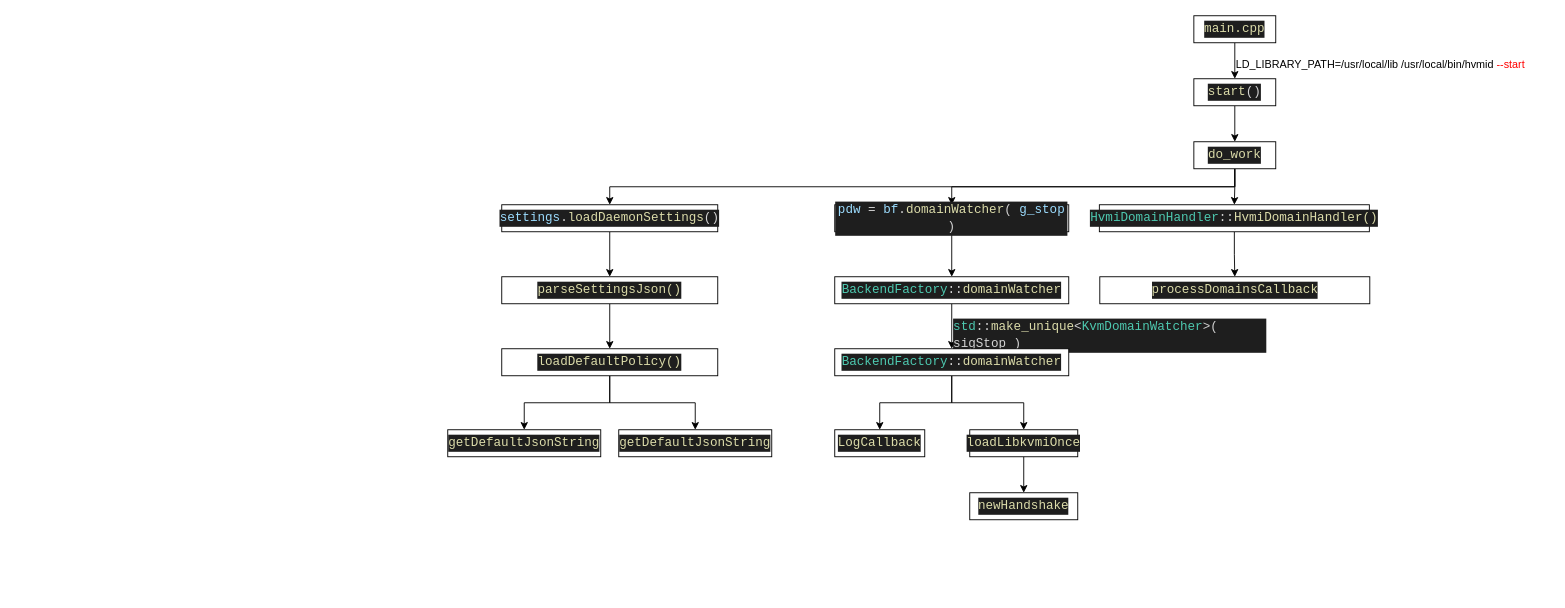
Earlier version of the draw.io diagram Untitled Diagram.drawio (Amber0130/Other). Source tidied: cells renumbered, new cells numbered last; positions are measured from the earlier drawing's top-left corner, leaving out a move shared by most shapes. Both pictures are drawn from the tidied source at 90%, with x=0, y=0 at pixel (447, 15).
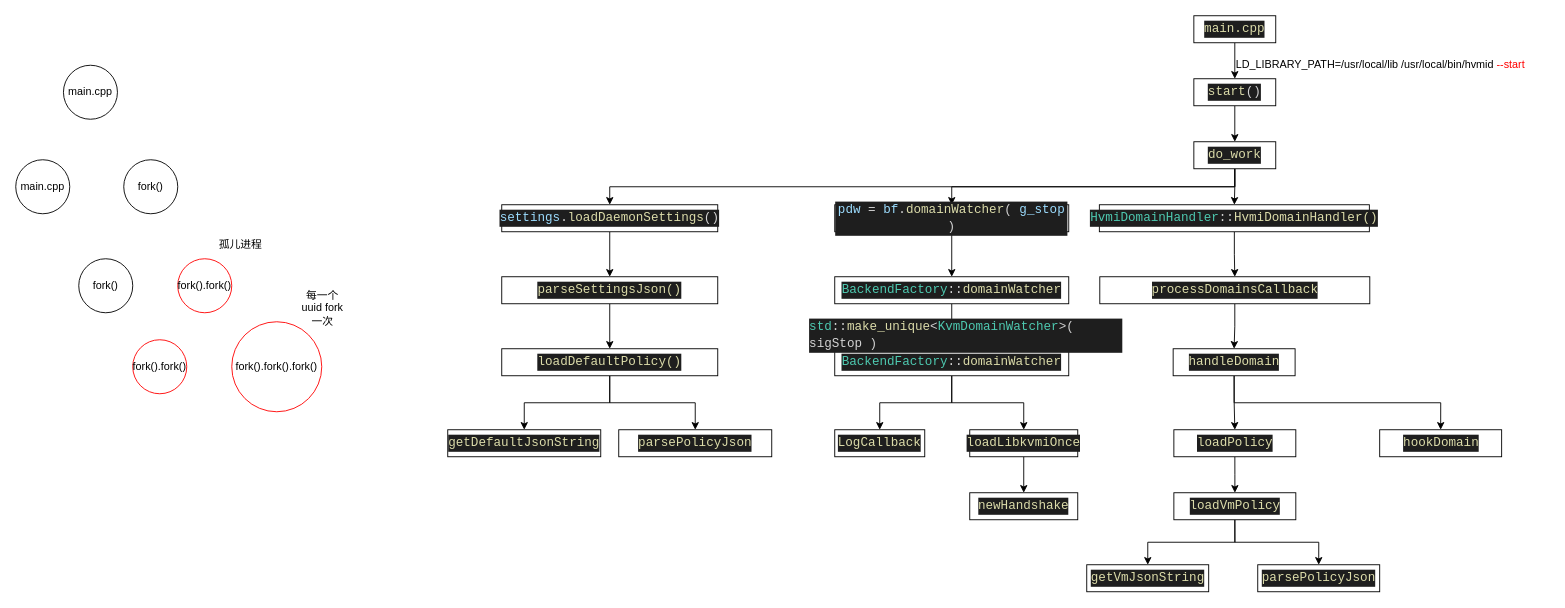
Above is the later version.

The change refers to these unchanged cells:
```xml
<mxCell id="22" value="&lt;div style=&quot;color: rgb(212 , 212 , 212) ; background-color: rgb(30 , 30 , 30) ; font-family: &amp;#34;consolas&amp;#34; , &amp;#34;courier new&amp;#34; , monospace ; font-size: 14px ; line-height: 19px&quot;&gt;&lt;div style=&quot;font-family: &amp;#34;consolas&amp;#34; , &amp;#34;courier new&amp;#34; , monospace ; line-height: 19px&quot;&gt;&lt;div style=&quot;font-family: &amp;#34;consolas&amp;#34; , &amp;#34;courier new&amp;#34; , monospace ; line-height: 19px&quot;&gt;&lt;div style=&quot;font-family: &amp;#34;consolas&amp;#34; , &amp;#34;courier new&amp;#34; , monospace ; line-height: 19px&quot;&gt;&lt;div style=&quot;font-family: &amp;#34;consolas&amp;#34; , &amp;#34;courier new&amp;#34; , monospace ; line-height: 19px&quot;&gt;&lt;span style=&quot;color: #dcdcaa&quot;&gt;processDomainsCallback&lt;/span&gt;&lt;/div&gt;&lt;/div&gt;&lt;/div&gt;&lt;/div&gt;&lt;/div&gt;" style="rounded=0;whiteSpace=wrap;html=1;" parent="1" vertex="1">
  <mxGeometry x="724.5" y="290" width="300" height="30" as="geometry" />
</mxCell>
<mxCell id="26" value="&lt;div style=&quot;color: rgb(212 , 212 , 212) ; background-color: rgb(30 , 30 , 30) ; font-family: &amp;#34;consolas&amp;#34; , &amp;#34;courier new&amp;#34; , monospace ; font-size: 14px ; line-height: 19px&quot;&gt;&lt;div style=&quot;font-family: &amp;#34;consolas&amp;#34; , &amp;#34;courier new&amp;#34; , monospace ; line-height: 19px&quot;&gt;&lt;div style=&quot;font-family: &amp;#34;consolas&amp;#34; , &amp;#34;courier new&amp;#34; , monospace ; line-height: 19px&quot;&gt;&lt;div style=&quot;font-family: &amp;#34;consolas&amp;#34; , &amp;#34;courier new&amp;#34; , monospace ; line-height: 19px&quot;&gt;&lt;div style=&quot;font-family: &amp;#34;consolas&amp;#34; , &amp;#34;courier new&amp;#34; , monospace ; line-height: 19px&quot;&gt;&lt;div style=&quot;font-family: &amp;#34;consolas&amp;#34; , &amp;#34;courier new&amp;#34; , monospace ; line-height: 19px&quot;&gt;&lt;span style=&quot;color: #4ec9b0&quot;&gt;BackendFactory&lt;/span&gt;::&lt;span style=&quot;color: #dcdcaa&quot;&gt;domainWatcher&lt;/span&gt;&lt;/div&gt;&lt;/div&gt;&lt;/div&gt;&lt;/div&gt;&lt;/div&gt;&lt;/div&gt;" style="rounded=0;whiteSpace=wrap;html=1;" parent="1" vertex="1">
  <mxGeometry x="430" y="290" width="260" height="30" as="geometry" />
</mxCell>
<mxCell id="30" value="&lt;div style=&quot;color: rgb(212 , 212 , 212) ; background-color: rgb(30 , 30 , 30) ; font-family: &amp;#34;consolas&amp;#34; , &amp;#34;courier new&amp;#34; , monospace ; font-size: 14px ; line-height: 19px&quot;&gt;&lt;div style=&quot;font-family: &amp;#34;consolas&amp;#34; , &amp;#34;courier new&amp;#34; , monospace ; line-height: 19px&quot;&gt;&lt;div style=&quot;font-family: &amp;#34;consolas&amp;#34; , &amp;#34;courier new&amp;#34; , monospace ; line-height: 19px&quot;&gt;&lt;div style=&quot;font-family: &amp;#34;consolas&amp;#34; , &amp;#34;courier new&amp;#34; , monospace ; line-height: 19px&quot;&gt;&lt;div style=&quot;font-family: &amp;#34;consolas&amp;#34; , &amp;#34;courier new&amp;#34; , monospace ; line-height: 19px&quot;&gt;&lt;div style=&quot;font-family: &amp;#34;consolas&amp;#34; , &amp;#34;courier new&amp;#34; , monospace ; line-height: 19px&quot;&gt;&lt;span style=&quot;color: #4ec9b0&quot;&gt;BackendFactory&lt;/span&gt;::&lt;span style=&quot;color: #dcdcaa&quot;&gt;domainWatcher&lt;/span&gt;&lt;/div&gt;&lt;/div&gt;&lt;/div&gt;&lt;/div&gt;&lt;/div&gt;&lt;/div&gt;" style="rounded=0;whiteSpace=wrap;html=1;" parent="1" vertex="1">
  <mxGeometry x="430" y="370" width="260" height="30" as="geometry" />
</mxCell>
```

The edit, as a diff of the source:
```diff
@@
-    <mxCell id="19" value="&lt;div style=&quot;color: rgb(212 , 212 , 212) ; background-color: rgb(30 , 30 , 30) ; font-family: &amp;#34;consolas&amp;#34; , &amp;#34;courier new&amp;#34; , monospace ; font-size: 14px ; line-height: 19px&quot;&gt;&lt;div style=&quot;font-family: &amp;#34;consolas&amp;#34; , &amp;#34;courier new&amp;#34; , monospace ; line-height: 19px&quot;&gt;&lt;div style=&quot;font-family: &amp;#34;consolas&amp;#34; , &amp;#34;courier new&amp;#34; , monospace ; line-height: 19px&quot;&gt;&lt;div style=&quot;font-family: &amp;#34;consolas&amp;#34; , &amp;#34;courier new&amp;#34; , monospace ; line-height: 19px&quot;&gt;&lt;div style=&quot;font-family: &amp;#34;consolas&amp;#34; , &amp;#34;courier new&amp;#34; , monospace ; line-height: 19px&quot;&gt;&lt;div style=&quot;font-family: &amp;#34;consolas&amp;#34; , &amp;#34;courier new&amp;#34; , monospace ; line-height: 19px&quot;&gt;&lt;span style=&quot;color: #dcdcaa&quot;&gt;getDefaultJsonString&lt;/span&gt;&lt;/div&gt;&lt;/div&gt;&lt;/div&gt;&lt;/div&gt;&lt;/div&gt;&lt;/div&gt;" style="rounded=0;whiteSpace=wrap;html=1;" parent="1" vertex="1">
+    <mxCell id="19" value="&lt;div style=&quot;color: rgb(212 , 212 , 212) ; background-color: rgb(30 , 30 , 30) ; font-family: &amp;#34;consolas&amp;#34; , &amp;#34;courier new&amp;#34; , monospace ; font-size: 14px ; line-height: 19px&quot;&gt;&lt;div style=&quot;font-family: &amp;#34;consolas&amp;#34; , &amp;#34;courier new&amp;#34; , monospace ; line-height: 19px&quot;&gt;&lt;div style=&quot;font-family: &amp;#34;consolas&amp;#34; , &amp;#34;courier new&amp;#34; , monospace ; line-height: 19px&quot;&gt;&lt;div style=&quot;font-family: &amp;#34;consolas&amp;#34; , &amp;#34;courier new&amp;#34; , monospace ; line-height: 19px&quot;&gt;&lt;div style=&quot;font-family: &amp;#34;consolas&amp;#34; , &amp;#34;courier new&amp;#34; , monospace ; line-height: 19px&quot;&gt;&lt;div style=&quot;font-family: &amp;#34;consolas&amp;#34; , &amp;#34;courier new&amp;#34; , monospace ; line-height: 19px&quot;&gt;&lt;div style=&quot;font-family: &amp;#34;consolas&amp;#34; , &amp;#34;courier new&amp;#34; , monospace ; line-height: 19px&quot;&gt;&lt;span style=&quot;color: #dcdcaa&quot;&gt;parsePolicyJson&lt;/span&gt;&lt;/div&gt;&lt;/div&gt;&lt;/div&gt;&lt;/div&gt;&lt;/div&gt;&lt;/div&gt;&lt;/div&gt;" style="rounded=0;whiteSpace=wrap;html=1;" parent="1" vertex="1">
       <mxGeometry x="190" y="460" width="170" height="30" as="geometry" />
     </mxCell>
@@
+    <mxCell id="35" style="edgeStyle=orthogonalEdgeStyle;rounded=0;jettySize=auto;html=1;exitX=0.5;exitY=1;exitDx=0;exitDy=0;entryX=0.5;entryY=0;entryDx=0;entryDy=0;" parent="1" edge="1" source="22" target="38">
+      <mxGeometry relative="1" as="geometry" />
+    </mxCell>
@@
-    <mxCell id="25" style="edgeStyle=orthogonalEdgeStyle;rounded=0;jettySize=auto;html=1;exitX=0.5;exitY=1;exitDx=0;exitDy=0;" parent="1" edge="1" source="26" target="30">
+    <mxCell id="25" style="edgeStyle=orthogonalEdgeStyle;rounded=0;jettySize=auto;html=1;exitX=0.5;exitY=1;exitDx=0;exitDy=0;entryX=0.5;entryY=0;entryDx=0;entryDy=0;" parent="1" edge="1" source="26" target="30">
       <mxGeometry relative="1" as="geometry" />
     </mxCell>
@@
-    <mxCell id="27" value="&lt;div style=&quot;color: rgb(212, 212, 212); background-color: rgb(30, 30, 30); font-family: consolas, &amp;quot;courier new&amp;quot;, monospace; font-weight: normal; font-size: 14px; line-height: 19px;&quot;&gt;&lt;div&gt;&lt;span style=&quot;color: #4ec9b0&quot;&gt;std&lt;/span&gt;&lt;span style=&quot;color: #d4d4d4&quot;&gt;::&lt;/span&gt;&lt;span style=&quot;color: #dcdcaa&quot;&gt;make_unique&lt;/span&gt;&lt;span style=&quot;color: #d4d4d4&quot;&gt;&amp;lt;&lt;/span&gt;&lt;span style=&quot;color: #4ec9b0&quot;&gt;KvmDomainWatcher&lt;/span&gt;&lt;span style=&quot;color: #d4d4d4&quot;&gt;&amp;gt;( sigStop )&lt;/span&gt;&lt;/div&gt;&lt;/div&gt;" style="text;whiteSpace=wrap;html=1;" parent="1" vertex="1">
-      <mxGeometry x="560" y="330" width="350" height="30" as="geometry" />
-    </mxCell>
@@
+    <mxCell id="27" value="&lt;div style=&quot;color: rgb(212, 212, 212); background-color: rgb(30, 30, 30); font-family: consolas, &amp;quot;courier new&amp;quot;, monospace; font-weight: normal; font-size: 14px; line-height: 19px;&quot;&gt;&lt;div&gt;&lt;span style=&quot;color: #4ec9b0&quot;&gt;std&lt;/span&gt;&lt;span style=&quot;color: #d4d4d4&quot;&gt;::&lt;/span&gt;&lt;span style=&quot;color: #dcdcaa&quot;&gt;make_unique&lt;/span&gt;&lt;span style=&quot;color: #d4d4d4&quot;&gt;&amp;lt;&lt;/span&gt;&lt;span style=&quot;color: #4ec9b0&quot;&gt;KvmDomainWatcher&lt;/span&gt;&lt;span style=&quot;color: #d4d4d4&quot;&gt;&amp;gt;( sigStop )&lt;/span&gt;&lt;/div&gt;&lt;/div&gt;" style="text;whiteSpace=wrap;html=1;" parent="1" vertex="1">
+      <mxGeometry x="400" y="330" width="350" height="30" as="geometry" />
+    </mxCell>
+    <mxCell id="36" style="edgeStyle=orthogonalEdgeStyle;rounded=0;jettySize=auto;html=1;exitX=0.5;exitY=1;exitDx=0;exitDy=0;entryX=0.5;entryY=0;entryDx=0;entryDy=0;" parent="1" edge="1" source="38" target="40">
+      <mxGeometry relative="1" as="geometry" />
+    </mxCell>
+    <mxCell id="37" style="edgeStyle=orthogonalEdgeStyle;rounded=0;jettySize=auto;html=1;exitX=0.5;exitY=1;exitDx=0;exitDy=0;entryX=0.5;entryY=0;entryDx=0;entryDy=0;" parent="1" edge="1" source="38" target="53">
+      <mxGeometry relative="1" as="geometry" />
+    </mxCell>
+    <mxCell id="38" value="&lt;div style=&quot;color: rgb(212 , 212 , 212) ; background-color: rgb(30 , 30 , 30) ; font-family: &amp;#34;consolas&amp;#34; , &amp;#34;courier new&amp;#34; , monospace ; font-size: 14px ; line-height: 19px&quot;&gt;&lt;div style=&quot;font-family: &amp;#34;consolas&amp;#34; , &amp;#34;courier new&amp;#34; , monospace ; line-height: 19px&quot;&gt;&lt;div style=&quot;font-family: &amp;#34;consolas&amp;#34; , &amp;#34;courier new&amp;#34; , monospace ; line-height: 19px&quot;&gt;&lt;div style=&quot;font-family: &amp;#34;consolas&amp;#34; , &amp;#34;courier new&amp;#34; , monospace ; line-height: 19px&quot;&gt;&lt;div style=&quot;font-family: &amp;#34;consolas&amp;#34; , &amp;#34;courier new&amp;#34; , monospace ; line-height: 19px&quot;&gt;&lt;div style=&quot;font-family: &amp;#34;consolas&amp;#34; , &amp;#34;courier new&amp;#34; , monospace ; line-height: 19px&quot;&gt;&lt;span style=&quot;color: #dcdcaa&quot;&gt;handleDomain&lt;/span&gt;&lt;/div&gt;&lt;/div&gt;&lt;/div&gt;&lt;/div&gt;&lt;/div&gt;&lt;/div&gt;" style="rounded=0;whiteSpace=wrap;html=1;" parent="1" vertex="1">
+      <mxGeometry x="806" y="370" width="135.5" height="30" as="geometry" />
+    </mxCell>
+    <mxCell id="39" style="edgeStyle=orthogonalEdgeStyle;rounded=0;jettySize=auto;html=1;exitX=0.5;exitY=1;exitDx=0;exitDy=0;" parent="1" edge="1" source="40" target="43">
+      <mxGeometry relative="1" as="geometry" />
+    </mxCell>
+    <mxCell id="40" value="&lt;div style=&quot;color: rgb(212 , 212 , 212) ; background-color: rgb(30 , 30 , 30) ; font-family: &amp;#34;consolas&amp;#34; , &amp;#34;courier new&amp;#34; , monospace ; font-size: 14px ; line-height: 19px&quot;&gt;&lt;div style=&quot;font-family: &amp;#34;consolas&amp;#34; , &amp;#34;courier new&amp;#34; , monospace ; line-height: 19px&quot;&gt;&lt;div style=&quot;font-family: &amp;#34;consolas&amp;#34; , &amp;#34;courier new&amp;#34; , monospace ; line-height: 19px&quot;&gt;&lt;div style=&quot;font-family: &amp;#34;consolas&amp;#34; , &amp;#34;courier new&amp;#34; , monospace ; line-height: 19px&quot;&gt;&lt;div style=&quot;font-family: &amp;#34;consolas&amp;#34; , &amp;#34;courier new&amp;#34; , monospace ; line-height: 19px&quot;&gt;&lt;div style=&quot;font-family: &amp;#34;consolas&amp;#34; , &amp;#34;courier new&amp;#34; , monospace ; line-height: 19px&quot;&gt;&lt;div style=&quot;font-family: &amp;#34;consolas&amp;#34; , &amp;#34;courier new&amp;#34; , monospace ; line-height: 19px&quot;&gt;&lt;span style=&quot;color: #dcdcaa&quot;&gt;loadPolicy&lt;/span&gt;&lt;/div&gt;&lt;/div&gt;&lt;/div&gt;&lt;/div&gt;&lt;/div&gt;&lt;/div&gt;&lt;/div&gt;" style="rounded=0;whiteSpace=wrap;html=1;" parent="1" vertex="1">
+      <mxGeometry x="806.8" y="460" width="135.5" height="30" as="geometry" />
+    </mxCell>
+    <mxCell id="41" style="edgeStyle=orthogonalEdgeStyle;rounded=0;jettySize=auto;html=1;exitX=0.5;exitY=1;exitDx=0;exitDy=0;" parent="1" edge="1" source="43" target="44">
+      <mxGeometry relative="1" as="geometry" />
+    </mxCell>
+    <mxCell id="42" style="edgeStyle=orthogonalEdgeStyle;rounded=0;jettySize=auto;html=1;exitX=0.5;exitY=1;exitDx=0;exitDy=0;entryX=0.5;entryY=0;entryDx=0;entryDy=0;" parent="1" edge="1" source="43" target="45">
+      <mxGeometry relative="1" as="geometry" />
+    </mxCell>
+    <mxCell id="43" value="&lt;div style=&quot;color: rgb(212 , 212 , 212) ; background-color: rgb(30 , 30 , 30) ; font-family: &amp;#34;consolas&amp;#34; , &amp;#34;courier new&amp;#34; , monospace ; font-size: 14px ; line-height: 19px&quot;&gt;&lt;div style=&quot;font-family: &amp;#34;consolas&amp;#34; , &amp;#34;courier new&amp;#34; , monospace ; line-height: 19px&quot;&gt;&lt;div style=&quot;font-family: &amp;#34;consolas&amp;#34; , &amp;#34;courier new&amp;#34; , monospace ; line-height: 19px&quot;&gt;&lt;div style=&quot;font-family: &amp;#34;consolas&amp;#34; , &amp;#34;courier new&amp;#34; , monospace ; line-height: 19px&quot;&gt;&lt;div style=&quot;font-family: &amp;#34;consolas&amp;#34; , &amp;#34;courier new&amp;#34; , monospace ; line-height: 19px&quot;&gt;&lt;div style=&quot;font-family: &amp;#34;consolas&amp;#34; , &amp;#34;courier new&amp;#34; , monospace ; line-height: 19px&quot;&gt;&lt;div style=&quot;font-family: &amp;#34;consolas&amp;#34; , &amp;#34;courier new&amp;#34; , monospace ; line-height: 19px&quot;&gt;&lt;div style=&quot;font-family: &amp;#34;consolas&amp;#34; , &amp;#34;courier new&amp;#34; , monospace ; line-height: 19px&quot;&gt;&lt;span style=&quot;color: #dcdcaa&quot;&gt;loadVmPolicy&lt;/span&gt;&lt;/div&gt;&lt;/div&gt;&lt;/div&gt;&lt;/div&gt;&lt;/div&gt;&lt;/div&gt;&lt;/div&gt;&lt;/div&gt;" style="rounded=0;whiteSpace=wrap;html=1;" parent="1" vertex="1">
+      <mxGeometry x="806.8" y="530" width="135.5" height="30" as="geometry" />
+    </mxCell>
+    <mxCell id="44" value="&lt;div style=&quot;color: rgb(212 , 212 , 212) ; background-color: rgb(30 , 30 , 30) ; font-family: &amp;#34;consolas&amp;#34; , &amp;#34;courier new&amp;#34; , monospace ; font-size: 14px ; line-height: 19px&quot;&gt;&lt;div style=&quot;font-family: &amp;#34;consolas&amp;#34; , &amp;#34;courier new&amp;#34; , monospace ; line-height: 19px&quot;&gt;&lt;div style=&quot;font-family: &amp;#34;consolas&amp;#34; , &amp;#34;courier new&amp;#34; , monospace ; line-height: 19px&quot;&gt;&lt;div style=&quot;font-family: &amp;#34;consolas&amp;#34; , &amp;#34;courier new&amp;#34; , monospace ; line-height: 19px&quot;&gt;&lt;div style=&quot;font-family: &amp;#34;consolas&amp;#34; , &amp;#34;courier new&amp;#34; , monospace ; line-height: 19px&quot;&gt;&lt;div style=&quot;font-family: &amp;#34;consolas&amp;#34; , &amp;#34;courier new&amp;#34; , monospace ; line-height: 19px&quot;&gt;&lt;div style=&quot;font-family: &amp;#34;consolas&amp;#34; , &amp;#34;courier new&amp;#34; , monospace ; line-height: 19px&quot;&gt;&lt;div style=&quot;font-family: &amp;#34;consolas&amp;#34; , &amp;#34;courier new&amp;#34; , monospace ; line-height: 19px&quot;&gt;&lt;div style=&quot;font-family: &amp;#34;consolas&amp;#34; , &amp;#34;courier new&amp;#34; , monospace ; line-height: 19px&quot;&gt;&lt;span style=&quot;color: #dcdcaa&quot;&gt;getVmJsonString&lt;/span&gt;&lt;/div&gt;&lt;/div&gt;&lt;/div&gt;&lt;/div&gt;&lt;/div&gt;&lt;/div&gt;&lt;/div&gt;&lt;/div&gt;&lt;/div&gt;" style="rounded=0;whiteSpace=wrap;html=1;" parent="1" vertex="1">
+      <mxGeometry x="710" y="610" width="135.5" height="30" as="geometry" />
+    </mxCell>
+    <mxCell id="45" value="&lt;div style=&quot;color: rgb(212 , 212 , 212) ; background-color: rgb(30 , 30 , 30) ; font-family: &amp;#34;consolas&amp;#34; , &amp;#34;courier new&amp;#34; , monospace ; font-size: 14px ; line-height: 19px&quot;&gt;&lt;div style=&quot;font-family: &amp;#34;consolas&amp;#34; , &amp;#34;courier new&amp;#34; , monospace ; line-height: 19px&quot;&gt;&lt;div style=&quot;font-family: &amp;#34;consolas&amp;#34; , &amp;#34;courier new&amp;#34; , monospace ; line-height: 19px&quot;&gt;&lt;div style=&quot;font-family: &amp;#34;consolas&amp;#34; , &amp;#34;courier new&amp;#34; , monospace ; line-height: 19px&quot;&gt;&lt;div style=&quot;font-family: &amp;#34;consolas&amp;#34; , &amp;#34;courier new&amp;#34; , monospace ; line-height: 19px&quot;&gt;&lt;div style=&quot;font-family: &amp;#34;consolas&amp;#34; , &amp;#34;courier new&amp;#34; , monospace ; line-height: 19px&quot;&gt;&lt;div style=&quot;font-family: &amp;#34;consolas&amp;#34; , &amp;#34;courier new&amp;#34; , monospace ; line-height: 19px&quot;&gt;&lt;div style=&quot;font-family: &amp;#34;consolas&amp;#34; , &amp;#34;courier new&amp;#34; , monospace ; line-height: 19px&quot;&gt;&lt;div style=&quot;font-family: &amp;#34;consolas&amp;#34; , &amp;#34;courier new&amp;#34; , monospace ; line-height: 19px&quot;&gt;&lt;span style=&quot;color: #dcdcaa&quot;&gt;parsePolicyJson&lt;/span&gt;&lt;/div&gt;&lt;/div&gt;&lt;/div&gt;&lt;/div&gt;&lt;/div&gt;&lt;/div&gt;&lt;/div&gt;&lt;/div&gt;&lt;/div&gt;" style="rounded=0;whiteSpace=wrap;html=1;" parent="1" vertex="1">
+      <mxGeometry x="900" y="610" width="135.5" height="30" as="geometry" />
+    </mxCell>
+    <mxCell id="46" value="main.cpp" style="ellipse;whiteSpace=wrap;html=1;" parent="1" vertex="1">
+      <mxGeometry x="-427" y="55" width="60" height="60" as="geometry" />
+    </mxCell>
+    <mxCell id="47" value="fork()" style="ellipse;whiteSpace=wrap;html=1;" parent="1" vertex="1">
+      <mxGeometry x="-360" y="160" width="60" height="60" as="geometry" />
+    </mxCell>
+    <mxCell id="48" value="&lt;span&gt;main.cpp&lt;/span&gt;" style="ellipse;whiteSpace=wrap;html=1;" parent="1" vertex="1">
+      <mxGeometry x="-480" y="160" width="60" height="60" as="geometry" />
+    </mxCell>
+    <mxCell id="49" value="fork().fork()" style="ellipse;whiteSpace=wrap;html=1;strokeColor=#FF0000;" parent="1" vertex="1">
+      <mxGeometry x="-300" y="270" width="60" height="60" as="geometry" />
+    </mxCell>
+    <mxCell id="50" value="fork()" style="ellipse;whiteSpace=wrap;html=1;" parent="1" vertex="1">
+      <mxGeometry x="-410" y="270" width="60" height="60" as="geometry" />
+    </mxCell>
+    <mxCell id="51" value="fork().fork().fork()" style="ellipse;whiteSpace=wrap;html=1;strokeColor=#FF0000;" parent="1" vertex="1">
+      <mxGeometry x="-240" y="340" width="100" height="100" as="geometry" />
+    </mxCell>
+    <mxCell id="52" value="fork().fork()" style="ellipse;whiteSpace=wrap;html=1;strokeColor=#FF0000;" parent="1" vertex="1">
+      <mxGeometry x="-350" y="360" width="60" height="60" as="geometry" />
+    </mxCell>
+    <mxCell id="53" value="&lt;div style=&quot;color: rgb(212 , 212 , 212) ; background-color: rgb(30 , 30 , 30) ; font-family: &amp;#34;consolas&amp;#34; , &amp;#34;courier new&amp;#34; , monospace ; font-size: 14px ; line-height: 19px&quot;&gt;&lt;div style=&quot;font-family: &amp;#34;consolas&amp;#34; , &amp;#34;courier new&amp;#34; , monospace ; line-height: 19px&quot;&gt;&lt;div style=&quot;font-family: &amp;#34;consolas&amp;#34; , &amp;#34;courier new&amp;#34; , monospace ; line-height: 19px&quot;&gt;&lt;div style=&quot;font-family: &amp;#34;consolas&amp;#34; , &amp;#34;courier new&amp;#34; , monospace ; line-height: 19px&quot;&gt;&lt;div style=&quot;font-family: &amp;#34;consolas&amp;#34; , &amp;#34;courier new&amp;#34; , monospace ; line-height: 19px&quot;&gt;&lt;div style=&quot;font-family: &amp;#34;consolas&amp;#34; , &amp;#34;courier new&amp;#34; , monospace ; line-height: 19px&quot;&gt;&lt;div style=&quot;font-family: &amp;#34;consolas&amp;#34; , &amp;#34;courier new&amp;#34; , monospace ; line-height: 19px&quot;&gt;&lt;div style=&quot;font-family: &amp;#34;consolas&amp;#34; , &amp;#34;courier new&amp;#34; , monospace ; line-height: 19px&quot;&gt;&lt;span style=&quot;color: #dcdcaa&quot;&gt;hookDomain&lt;/span&gt;&lt;/div&gt;&lt;/div&gt;&lt;/div&gt;&lt;/div&gt;&lt;/div&gt;&lt;/div&gt;&lt;/div&gt;&lt;/div&gt;" style="rounded=0;whiteSpace=wrap;html=1;" parent="1" vertex="1">
+      <mxGeometry x="1035.5" y="460" width="135.5" height="30" as="geometry" />
+    </mxCell>
+    <mxCell id="54" value="孤儿进程" style="text;html=1;strokeColor=none;fillColor=none;align=center;verticalAlign=middle;whiteSpace=wrap;rounded=0;" parent="1" vertex="1">
+      <mxGeometry x="-260" y="240" width="60" height="30" as="geometry" />
+    </mxCell>
+    <mxCell id="55" value="每一个uuid fork一次" style="text;html=1;strokeColor=none;fillColor=none;align=center;verticalAlign=middle;whiteSpace=wrap;rounded=0;" parent="1" vertex="1">
+      <mxGeometry x="-169" y="310" width="60" height="30" as="geometry" />
+    </mxCell>
```
